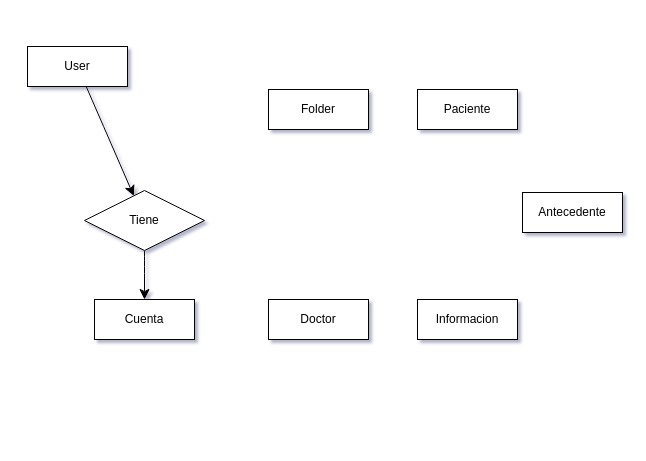
Earlier version of the draw.io diagram Paciente.drawio (calvocobos/Diagrama). Source tidied: cells renumbered, new cells numbered last; positions are measured from the earlier drawing's top-left corner, leaving out a move shared by most shapes. Both pictures are drawn from the tidied source at 100%, with x=0, y=0 at pixel (27, 46).
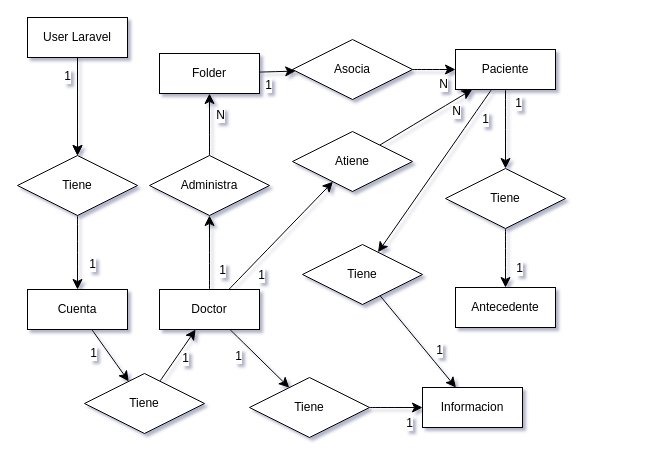
After the change.

Unchanged cells that the change refers to:
```xml
<mxCell id="4" style="edgeStyle=none;curved=1;rounded=0;jettySize=auto;html=1;fontSize=12;startSize=8;endSize=8;" parent="1" edge="1" source="5" target="6">
  <mxGeometry relative="1" as="geometry" />
</mxCell>
```

Diff of the diagram source:
```diff
@@
+    <mxCell id="12" style="edgeStyle=none;curved=1;rounded=0;jettySize=auto;html=1;fontSize=12;startSize=8;endSize=8;" parent="1" edge="1" source="3" target="5">
+      <mxGeometry relative="1" as="geometry" />
+    </mxCell>
+    <mxCell id="13" value="1" style="edgeLabel;html=1;align=center;verticalAlign=middle;fontSize=12;" parent="12" vertex="1">
+      <mxGeometry x="-0.62" relative="1" as="geometry">
+        <mxPoint x="-11" y="-1" as="offset" />
+      </mxGeometry>
+    </mxCell>
-    <mxCell id="3" value="User" style="whiteSpace=wrap;html=1;align=center;" parent="1" vertex="1">
-      <mxGeometry width="100" height="40" as="geometry" />
+    <mxCell id="3" value="User Laravel" style="whiteSpace=wrap;html=1;align=center;" parent="1" vertex="1">
+      <mxGeometry y="-29" width="100" height="40" as="geometry" />
     </mxCell>
@@
+    <mxCell id="14" value="1" style="edgeLabel;html=1;align=center;verticalAlign=middle;fontSize=12;" parent="4" vertex="1">
+      <mxGeometry x="0.26" y="1" relative="1" as="geometry">
+        <mxPoint x="13" y="1" as="offset" />
+      </mxGeometry>
+    </mxCell>
     <mxCell id="5" value="Tiene" style="shape=rhombus;perimeter=rhombusPerimeter;whiteSpace=wrap;html=1;align=center;" parent="1" vertex="1">
-      <mxGeometry x="57" y="144" width="120" height="60" as="geometry" />
+      <mxGeometry x="-10" y="109" width="120" height="60" as="geometry" />
     </mxCell>
+    <mxCell id="15" style="edgeStyle=none;curved=1;rounded=0;jettySize=auto;html=1;fontSize=12;startSize=8;endSize=8;" parent="1" edge="1" source="6" target="31">
+      <mxGeometry relative="1" as="geometry" />
+    </mxCell>
+    <mxCell id="16" value="1" style="edgeLabel;html=1;align=center;verticalAlign=middle;fontSize=12;" parent="15" vertex="1">
+      <mxGeometry x="-0.57" relative="1" as="geometry">
+        <mxPoint x="-7" y="12" as="offset" />
+      </mxGeometry>
+    </mxCell>
     <mxCell id="6" value="Cuenta" style="whiteSpace=wrap;html=1;align=center;" parent="1" vertex="1">
-      <mxGeometry x="67" y="253" width="100" height="40" as="geometry" />
+      <mxGeometry y="243" width="100" height="40" as="geometry" />
     </mxCell>
+    <mxCell id="17" style="edgeStyle=none;curved=1;rounded=0;jettySize=auto;html=1;fontSize=12;startSize=8;endSize=8;" parent="1" edge="1" source="7" target="37">
+      <mxGeometry relative="1" as="geometry" />
+    </mxCell>
+    <mxCell id="18" value="1" style="edgeLabel;html=1;align=center;verticalAlign=middle;fontSize=12;" parent="17" vertex="1">
+      <mxGeometry x="-0.57" y="1" relative="1" as="geometry">
+        <mxPoint x="1" y="14" as="offset" />
+      </mxGeometry>
+    </mxCell>
     <mxCell id="7" value="Folder" style="whiteSpace=wrap;html=1;align=center;" parent="1" vertex="1">
-      <mxGeometry x="241" y="43" width="100" height="40" as="geometry" />
+      <mxGeometry x="132" y="7" width="100" height="40" as="geometry" />
     </mxCell>
+    <mxCell id="19" style="edgeStyle=none;curved=1;rounded=0;jettySize=auto;html=1;fontSize=12;startSize=8;endSize=8;" parent="1" edge="1" source="8" target="34">
+      <mxGeometry relative="1" as="geometry" />
+    </mxCell>
+    <mxCell id="20" value="1" style="edgeLabel;html=1;align=center;verticalAlign=middle;fontSize=12;" parent="19" vertex="1">
+      <mxGeometry x="-0.66" relative="1" as="geometry">
+        <mxPoint x="12" y="-7" as="offset" />
+      </mxGeometry>
+    </mxCell>
+    <mxCell id="21" style="edgeStyle=none;curved=1;rounded=0;jettySize=auto;html=1;fontSize=12;startSize=8;endSize=8;" parent="1" edge="1" source="8" target="40">
+      <mxGeometry relative="1" as="geometry" />
+    </mxCell>
+    <mxCell id="22" value="1" style="edgeLabel;html=1;align=center;verticalAlign=middle;fontSize=12;" parent="21" vertex="1">
+      <mxGeometry x="-0.42" y="-2" relative="1" as="geometry">
+        <mxPoint x="-8" y="8" as="offset" />
+      </mxGeometry>
+    </mxCell>
+    <mxCell id="23" style="edgeStyle=none;curved=1;rounded=0;jettySize=auto;html=1;fontSize=12;startSize=8;endSize=8;" parent="1" edge="1" source="8" target="50">
+      <mxGeometry relative="1" as="geometry" />
+    </mxCell>
+    <mxCell id="24" value="1" style="edgeLabel;html=1;align=center;verticalAlign=middle;fontSize=12;" parent="23" vertex="1">
+      <mxGeometry x="-0.6" y="2" relative="1" as="geometry">
+        <mxPoint x="13" y="8" as="offset" />
+      </mxGeometry>
+    </mxCell>
     <mxCell id="8" value="Doctor" style="whiteSpace=wrap;html=1;align=center;" parent="1" vertex="1">
-      <mxGeometry x="241" y="253" width="100" height="40" as="geometry" />
+      <mxGeometry x="132" y="243" width="100" height="40" as="geometry" />
     </mxCell>
+    <mxCell id="25" style="edgeStyle=none;curved=1;rounded=0;jettySize=auto;html=1;fontSize=12;startSize=8;endSize=8;" parent="1" edge="1" source="9" target="43">
+      <mxGeometry relative="1" as="geometry" />
+    </mxCell>
+    <mxCell id="26" value="1" style="edgeLabel;html=1;align=center;verticalAlign=middle;fontSize=12;" parent="25" vertex="1">
+      <mxGeometry x="-0.69" y="2" relative="1" as="geometry">
+        <mxPoint x="10" y="3" as="offset" />
+      </mxGeometry>
+    </mxCell>
+    <mxCell id="27" style="edgeStyle=none;curved=1;rounded=0;jettySize=auto;html=1;fontSize=12;startSize=8;endSize=8;" parent="1" edge="1" source="9" target="46">
+      <mxGeometry relative="1" as="geometry" />
+    </mxCell>
+    <mxCell id="28" value="1" style="edgeLabel;html=1;align=center;verticalAlign=middle;fontSize=12;" parent="27" vertex="1">
+      <mxGeometry x="-0.65" relative="1" as="geometry">
+        <mxPoint x="12" y="-1" as="offset" />
+      </mxGeometry>
+    </mxCell>
     <mxCell id="9" value="Paciente" style="whiteSpace=wrap;html=1;align=center;" parent="1" vertex="1">
-      <mxGeometry x="390" y="43" width="100" height="40" as="geometry" />
+      <mxGeometry x="428" y="3" width="100" height="40" as="geometry" />
     </mxCell>
     <mxCell id="10" value="Informacion" style="whiteSpace=wrap;html=1;align=center;" parent="1" vertex="1">
-      <mxGeometry x="390" y="253" width="100" height="40" as="geometry" />
+      <mxGeometry x="395" y="341" width="100" height="40" as="geometry" />
     </mxCell>
     <mxCell id="11" value="Antecedente" style="whiteSpace=wrap;html=1;align=center;" parent="1" vertex="1">
-      <mxGeometry x="495" y="146" width="100" height="40" as="geometry" />
+      <mxGeometry x="428" y="241" width="100" height="40" as="geometry" />
     </mxCell>
+    <mxCell id="29" style="edgeStyle=none;curved=1;rounded=0;jettySize=auto;html=1;fontSize=12;startSize=8;endSize=8;" parent="1" edge="1" source="31" target="8">
+      <mxGeometry relative="1" as="geometry" />
+    </mxCell>
+    <mxCell id="30" value="1" style="edgeLabel;html=1;align=center;verticalAlign=middle;fontSize=12;" parent="29" vertex="1">
+      <mxGeometry x="0.38" y="1" relative="1" as="geometry">
+        <mxPoint x="1" y="13" as="offset" />
+      </mxGeometry>
+    </mxCell>
+    <mxCell id="31" value="Tiene" style="shape=rhombus;perimeter=rhombusPerimeter;whiteSpace=wrap;html=1;align=center;" parent="1" vertex="1">
+      <mxGeometry x="57" y="327" width="120" height="60" as="geometry" />
+    </mxCell>
+    <mxCell id="32" style="edgeStyle=none;curved=1;rounded=0;jettySize=auto;html=1;fontSize=12;startSize=8;endSize=8;" parent="1" edge="1" source="34" target="7">
+      <mxGeometry relative="1" as="geometry" />
+    </mxCell>
+    <mxCell id="33" value="N" style="edgeLabel;html=1;align=center;verticalAlign=middle;fontSize=12;" parent="32" vertex="1">
+      <mxGeometry x="0.26" relative="1" as="geometry">
+        <mxPoint x="10" y="-2" as="offset" />
+      </mxGeometry>
+    </mxCell>
+    <mxCell id="34" value="Administra" style="shape=rhombus;perimeter=rhombusPerimeter;whiteSpace=wrap;html=1;align=center;" parent="1" vertex="1">
+      <mxGeometry x="122" y="109" width="120" height="60" as="geometry" />
+    </mxCell>
+    <mxCell id="35" style="edgeStyle=none;curved=1;rounded=0;jettySize=auto;html=1;fontSize=12;startSize=8;endSize=8;" parent="1" edge="1" source="37" target="9">
+      <mxGeometry relative="1" as="geometry" />
+    </mxCell>
+    <mxCell id="36" value="N" style="edgeLabel;html=1;align=center;verticalAlign=middle;fontSize=12;" parent="35" vertex="1">
+      <mxGeometry x="0.31" y="-1" relative="1" as="geometry">
+        <mxPoint x="2" y="13" as="offset" />
+      </mxGeometry>
+    </mxCell>
+    <mxCell id="37" value="Asocia" style="shape=rhombus;perimeter=rhombusPerimeter;whiteSpace=wrap;html=1;align=center;" parent="1" vertex="1">
+      <mxGeometry x="265" y="-7" width="120" height="60" as="geometry" />
+    </mxCell>
+    <mxCell id="38" style="edgeStyle=none;curved=1;rounded=0;jettySize=auto;html=1;fontSize=12;startSize=8;endSize=8;" parent="1" edge="1" source="40" target="10">
+      <mxGeometry relative="1" as="geometry" />
+    </mxCell>
+    <mxCell id="39" value="1" style="edgeLabel;html=1;align=center;verticalAlign=middle;fontSize=12;" parent="38" vertex="1">
+      <mxGeometry x="0.36" relative="1" as="geometry">
+        <mxPoint x="3" y="15" as="offset" />
+      </mxGeometry>
+    </mxCell>
+    <mxCell id="40" value="Tiene" style="shape=rhombus;perimeter=rhombusPerimeter;whiteSpace=wrap;html=1;align=center;" parent="1" vertex="1">
+      <mxGeometry x="222" y="331" width="120" height="60" as="geometry" />
+    </mxCell>
+    <mxCell id="41" style="edgeStyle=none;curved=1;rounded=0;jettySize=auto;html=1;fontSize=12;startSize=8;endSize=8;" parent="1" edge="1" source="43" target="10">
+      <mxGeometry relative="1" as="geometry" />
+    </mxCell>
+    <mxCell id="42" value="1" style="edgeLabel;html=1;align=center;verticalAlign=middle;fontSize=12;" parent="41" vertex="1">
+      <mxGeometry x="0.27" y="1" relative="1" as="geometry">
+        <mxPoint x="10" y="-4" as="offset" />
+      </mxGeometry>
+    </mxCell>
+    <mxCell id="43" value="Tiene" style="shape=rhombus;perimeter=rhombusPerimeter;whiteSpace=wrap;html=1;align=center;" parent="1" vertex="1">
+      <mxGeometry x="275" y="198" width="120" height="60" as="geometry" />
+    </mxCell>
+    <mxCell id="44" style="edgeStyle=none;curved=1;rounded=0;jettySize=auto;html=1;fontSize=12;startSize=8;endSize=8;" parent="1" edge="1" source="46" target="11">
+      <mxGeometry relative="1" as="geometry" />
+    </mxCell>
+    <mxCell id="45" value="1" style="edgeLabel;html=1;align=center;verticalAlign=middle;fontSize=12;" parent="44" vertex="1">
+      <mxGeometry x="0.15" relative="1" as="geometry">
+        <mxPoint x="13" y="5" as="offset" />
+      </mxGeometry>
+    </mxCell>
+    <mxCell id="46" value="Tiene" style="shape=rhombus;perimeter=rhombusPerimeter;whiteSpace=wrap;html=1;align=center;" parent="1" vertex="1">
+      <mxGeometry x="418" y="122" width="120" height="60" as="geometry" />
+    </mxCell>
+    <mxCell id="47" style="edgeStyle=none;curved=1;rounded=0;orthogonalLoop=1;jettySize=auto;html=1;exitX=1;exitY=1;exitDx=0;exitDy=0;fontSize=12;startSize=8;endSize=8;" parent="1" edge="1" source="43" target="43">
+      <mxGeometry relative="1" as="geometry" />
+    </mxCell>
+    <mxCell id="48" style="edgeStyle=none;curved=1;rounded=0;jettySize=auto;html=1;fontSize=12;startSize=8;endSize=8;" parent="1" edge="1" source="50" target="9">
+      <mxGeometry relative="1" as="geometry" />
+    </mxCell>
+    <mxCell id="49" value="N" style="edgeLabel;html=1;align=center;verticalAlign=middle;fontSize=12;" parent="48" vertex="1">
+      <mxGeometry x="0.52" y="1" relative="1" as="geometry">
+        <mxPoint x="7" y="9" as="offset" />
+      </mxGeometry>
+    </mxCell>
+    <mxCell id="50" value="Atiene" style="shape=rhombus;perimeter=rhombusPerimeter;whiteSpace=wrap;html=1;align=center;" parent="1" vertex="1">
+      <mxGeometry x="265" y="85" width="120" height="60" as="geometry" />
+    </mxCell>
```
